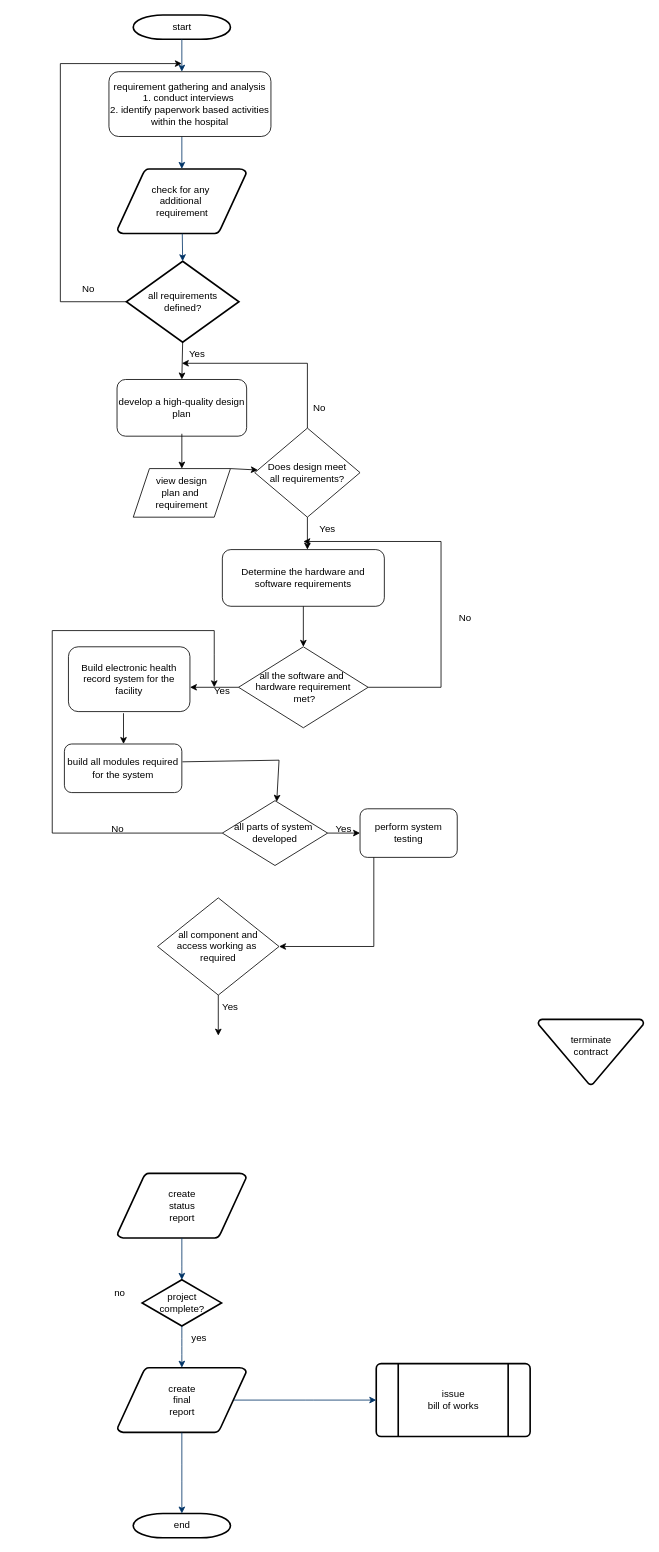
This is Untitled Diagram.drawio from obuyaochieng/analog-clock, a draw.io file, before an edit. Source tidied: cells renumbered, new cells numbered last; positions are measured from the earlier drawing's top-left corner, leaving out a move shared by most shapes. Both pictures are drawn from the tidied source at 81%, with x=0, y=0 at pixel (52, 15).
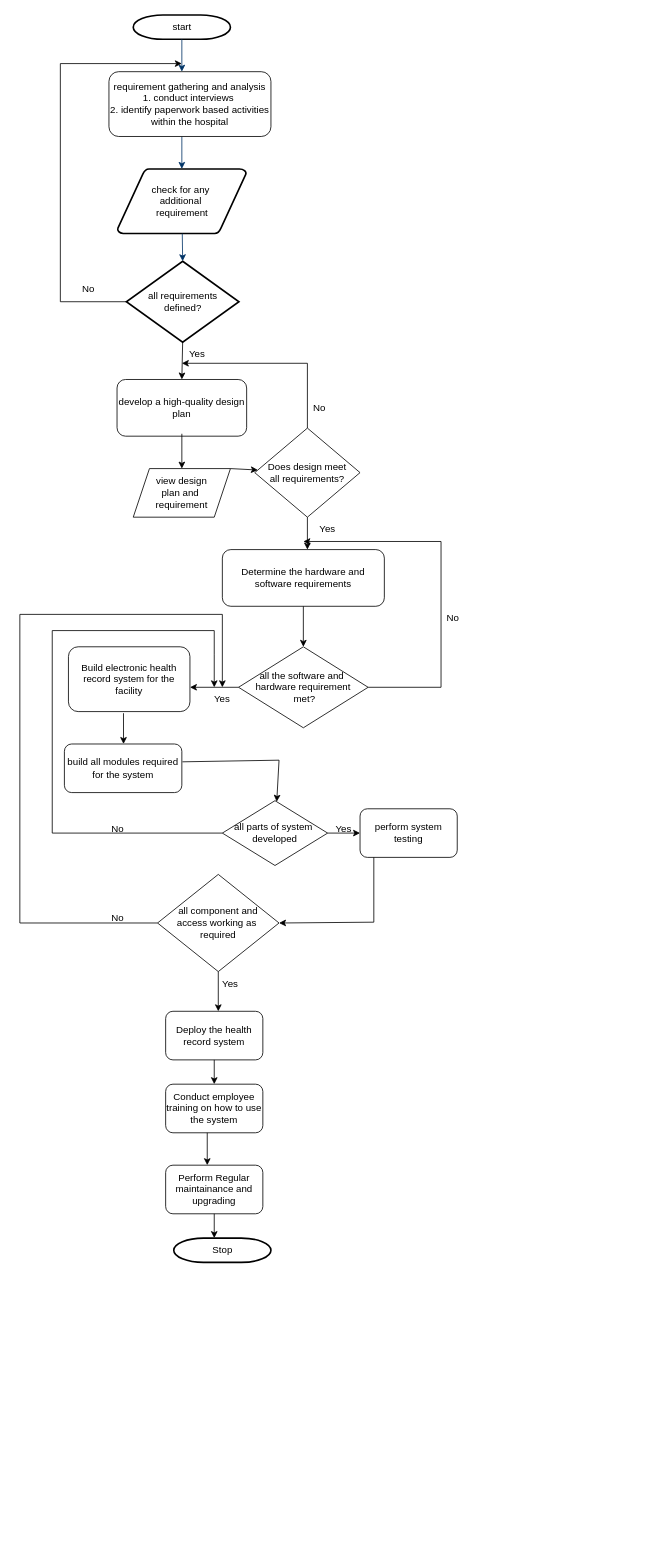
After the change.

What changed in the source:
```diff
@@
-    <mxCell id="8" value="terminate&#10;contract&#10;" style="shape=mxgraph.flowchart.merge_or_storage;strokeWidth=2;gradientColor=none;gradientDirection=north;fontStyle=0;html=1;" parent="1" vertex="1">
-      <mxGeometry x="600" y="1240" width="130" height="80.5" as="geometry" />
-    </mxCell>
-    <mxCell id="9" value="create&#10;status&#10;report" style="shape=mxgraph.flowchart.data;strokeWidth=2;gradientColor=none;gradientDirection=north;fontStyle=0;html=1;" parent="1" vertex="1">
-      <mxGeometry x="80.5" y="1430" width="159" height="80" as="geometry" />
-    </mxCell>
-    <mxCell id="10" value="project&#10;complete?" style="shape=mxgraph.flowchart.decision;strokeWidth=2;gradientColor=none;gradientDirection=north;fontStyle=0;html=1;" parent="1" vertex="1">
-      <mxGeometry x="111" y="1561.5" width="98" height="57" as="geometry" />
-    </mxCell>
-    <mxCell id="11" value="create&#10;final&#10;report" style="shape=mxgraph.flowchart.data;strokeWidth=2;gradientColor=none;gradientDirection=north;fontStyle=0;html=1;" parent="1" vertex="1">
-      <mxGeometry x="80.5" y="1670" width="159" height="80" as="geometry" />
-    </mxCell>
-    <mxCell id="12" value="issue&#10;bill of works" style="shape=mxgraph.flowchart.predefined_process;strokeWidth=2;gradientColor=none;gradientDirection=north;fontStyle=0;html=1;" parent="1" vertex="1">
-      <mxGeometry x="400" y="1665" width="190" height="90" as="geometry" />
-    </mxCell>
-    <mxCell id="13" value="end" style="shape=mxgraph.flowchart.terminator;strokeWidth=2;gradientColor=none;gradientDirection=north;fontStyle=0;html=1;" parent="1" vertex="1">
-      <mxGeometry x="100" y="1850" width="120" height="30" as="geometry" />
-    </mxCell>
-    <mxCell id="14" style="edgeStyle=elbowEdgeStyle;elbow=vertical;exitX=0.5;exitY=1;exitPerimeter=0;entryX=0.5;entryY=0;entryPerimeter=0;fontStyle=1;strokeColor=#003366;strokeWidth=1;html=1;" parent="1" edge="1" source="9" target="10">
-      <mxGeometry as="geometry" />
-    </mxCell>
-    <mxCell id="15" style="edgeStyle=elbowEdgeStyle;elbow=vertical;exitX=0.5;exitY=1;exitPerimeter=0;entryX=0.5;entryY=0;entryPerimeter=0;fontStyle=1;strokeColor=#003366;strokeWidth=1;html=1;" parent="1" edge="1" source="10" target="11">
-      <mxGeometry as="geometry" />
-    </mxCell>
-    <mxCell id="16" style="edgeStyle=elbowEdgeStyle;elbow=vertical;exitX=0.5;exitY=1;exitPerimeter=0;entryX=0.5;entryY=0;entryPerimeter=0;fontStyle=1;strokeColor=#003366;strokeWidth=1;html=1;" parent="1" edge="1" source="11" target="13">
-      <mxGeometry as="geometry" />
-    </mxCell>
-    <mxCell id="17" style="edgeStyle=elbowEdgeStyle;elbow=vertical;exitX=0.905;exitY=0.5;exitPerimeter=0;entryX=0;entryY=0.5;entryPerimeter=0;fontStyle=1;strokeColor=#003366;strokeWidth=1;html=1;" parent="1" edge="1" source="11" target="12">
-      <mxGeometry as="geometry" />
-    </mxCell>
-    <mxCell id="18" value="yes" style="text;fontStyle=0;html=1;strokeColor=none;gradientColor=none;fillColor=none;strokeWidth=2;align=center;" parent="1" vertex="1">
-      <mxGeometry x="161" y="1620" width="40" height="26" as="geometry" />
-    </mxCell>
-    <mxCell id="19" value="no" style="text;fontStyle=0;html=1;strokeColor=none;gradientColor=none;fillColor=none;strokeWidth=2;" parent="1" vertex="1">
-      <mxGeometry x="75" y="1564" width="40" height="26" as="geometry" />
-    </mxCell>
@@
     <mxCell id="38" value="No" style="text;html=1;strokeColor=none;fillColor=none;align=center;verticalAlign=middle;whiteSpace=wrap;rounded=0;" parent="1" vertex="1">
-      <mxGeometry x="480" y="730" width="60" height="30" as="geometry" />
+      <mxGeometry x="465" y="730" width="60" height="30" as="geometry" />
     </mxCell>
@@
+    <mxCell id="55" style="edgeStyle=orthogonalEdgeStyle;rounded=0;jettySize=auto;html=1;exitX=0.75;exitY=1;exitDx=0;exitDy=0;" parent="1" edge="1" source="40">
+      <mxGeometry relative="1" as="geometry">
+        <mxPoint x="225" y="860" as="targetPoint" />
+      </mxGeometry>
+    </mxCell>
     <mxCell id="40" value="Yes" style="text;html=1;strokeColor=none;fillColor=none;align=center;verticalAlign=middle;whiteSpace=wrap;rounded=0;" parent="1" vertex="1">
-      <mxGeometry x="179.5" y="820" width="60" height="30" as="geometry" />
+      <mxGeometry x="180" y="830" width="60" height="30" as="geometry" />
     </mxCell>
@@
     <mxCell id="51" value="all component and &lt;br&gt;access working as&amp;nbsp;&lt;br&gt;required&lt;br&gt;" style="rhombus;whiteSpace=wrap;html=1;" parent="1" vertex="1">
-      <mxGeometry x="130" y="1090" width="150" height="120" as="geometry" />
+      <mxGeometry x="130" y="1061" width="150" height="120" as="geometry" />
     </mxCell>
     <mxCell id="52" style="endArrow=classic;html=1;rounded=0;entryX=1;entryY=0.5;entryDx=0;entryDy=0;" parent="1" edge="1" target="51">
       <mxGeometry relative="1" as="geometry">
         <mxPoint x="397" y="1040" as="sourcePoint" />
         <Array as="points">
-          <mxPoint x="397" y="1150" />
+          <mxPoint x="397" y="1120" />
         </Array>
       </mxGeometry>
     </mxCell>
     <mxCell id="53" style="endArrow=classic;html=1;rounded=0;exitX=0.5;exitY=1;exitDx=0;exitDy=0;" parent="1" edge="1" source="51">
       <mxGeometry relative="1" as="geometry">
-        <mxPoint x="205" y="1260" as="targetPoint" />
+        <mxPoint x="205" y="1230" as="targetPoint" />
       </mxGeometry>
     </mxCell>
     <mxCell id="54" value="Yes" style="text;html=1;strokeColor=none;fillColor=none;align=center;verticalAlign=middle;whiteSpace=wrap;rounded=0;" parent="1" vertex="1">
-      <mxGeometry x="190" y="1210" width="60" height="30" as="geometry" />
+      <mxGeometry x="190" y="1181" width="60" height="30" as="geometry" />
     </mxCell>
+    <mxCell id="56" style="endArrow=classic;html=1;rounded=0;exitX=0;exitY=0.5;exitDx=0;exitDy=0;entryX=0.5;entryY=0;entryDx=0;entryDy=0;" parent="1" edge="1" source="51" target="40">
+      <mxGeometry relative="1" as="geometry">
+        <Array as="points">
+          <mxPoint x="-40" y="1121" />
+          <mxPoint x="-40" y="740" />
+          <mxPoint x="210" y="740" />
+        </Array>
+      </mxGeometry>
+    </mxCell>
+    <mxCell id="57" value="No" style="text;html=1;strokeColor=none;fillColor=none;align=center;verticalAlign=middle;whiteSpace=wrap;rounded=0;" parent="1" vertex="1">
+      <mxGeometry x="51" y="1100" width="60" height="30" as="geometry" />
+    </mxCell>
+    <mxCell id="58" value="Deploy the health record system" style="rounded=1;whiteSpace=wrap;html=1;" parent="1" vertex="1">
+      <mxGeometry x="140" y="1230" width="120" height="60" as="geometry" />
+    </mxCell>
+    <mxCell id="59" style="endArrow=classic;html=1;rounded=0;exitX=0.5;exitY=1;exitDx=0;exitDy=0;entryX=0.5;entryY=0;entryDx=0;entryDy=0;" parent="1" edge="1" source="58" target="60">
+      <mxGeometry relative="1" as="geometry" />
+    </mxCell>
+    <mxCell id="60" value="Conduct employee&lt;br&gt;training on how to use the system" style="rounded=1;whiteSpace=wrap;html=1;" parent="1" vertex="1">
+      <mxGeometry x="140" y="1320" width="120" height="60" as="geometry" />
+    </mxCell>
+    <mxCell id="61" value="Perform Regular maintainance and upgrading" style="rounded=1;whiteSpace=wrap;html=1;" parent="1" vertex="1">
+      <mxGeometry x="140" y="1420" width="120" height="60" as="geometry" />
+    </mxCell>
+    <mxCell id="62" style="endArrow=classic;html=1;rounded=0;exitX=0.428;exitY=1;exitDx=0;exitDy=0;exitPerimeter=0;entryX=0.428;entryY=0;entryDx=0;entryDy=0;entryPerimeter=0;" parent="1" edge="1" source="60" target="61">
+      <mxGeometry relative="1" as="geometry" />
+    </mxCell>
+    <mxCell id="63" style="endArrow=classic;html=1;rounded=0;exitX=0.5;exitY=1;exitDx=0;exitDy=0;" parent="1" edge="1" source="61">
+      <mxGeometry relative="1" as="geometry">
+        <mxPoint x="200" y="1510" as="targetPoint" />
+      </mxGeometry>
+    </mxCell>
+    <mxCell id="64" value="Stop" style="shape=mxgraph.flowchart.terminator;strokeWidth=2;gradientColor=none;gradientDirection=north;fontStyle=0;html=1;" parent="1" vertex="1">
+      <mxGeometry x="150" y="1510" width="120" height="30" as="geometry" />
+    </mxCell>
```
